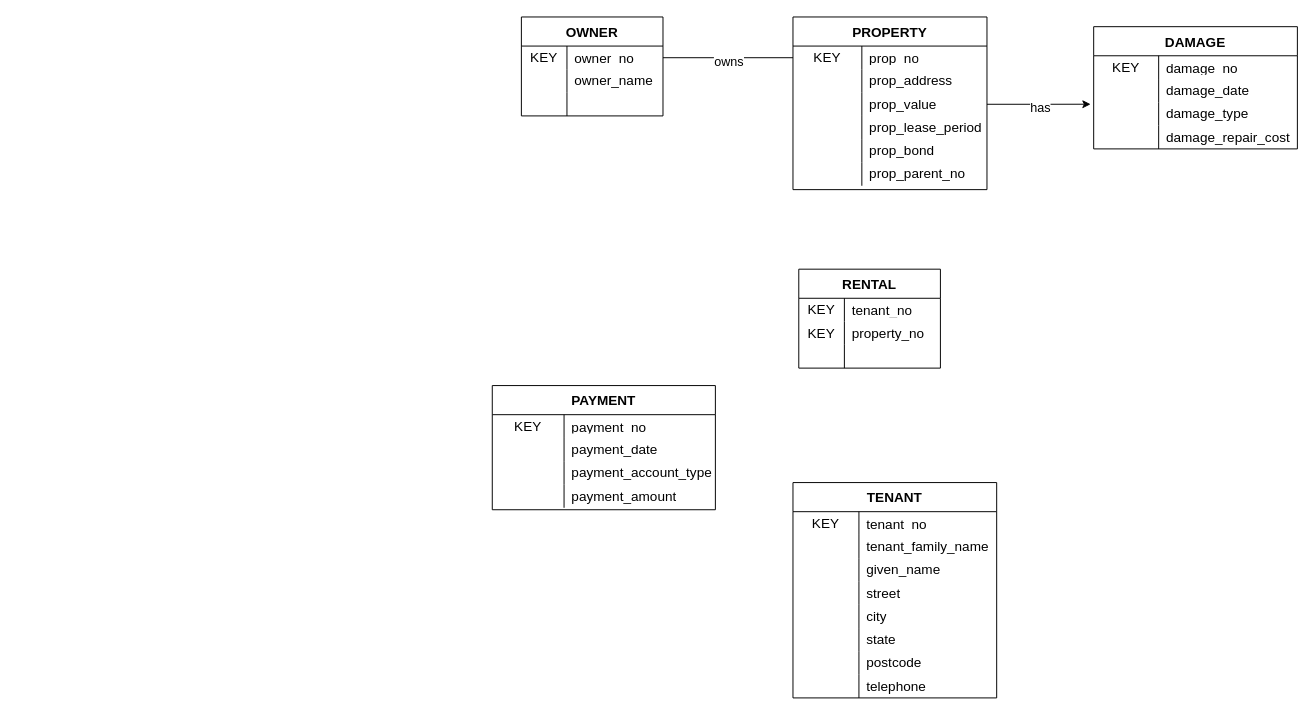
Before: Applied/App02/prs_conceptual.drawio in riabansal27/databases-project, a draw.io diagram. Source tidied: cells renumbered, new cells numbered last; positions are measured from the earlier drawing's top-left corner, leaving out a move shared by most shapes. Both pictures are drawn from the tidied source at 97%, with x=0, y=0 at pixel (492, 16).
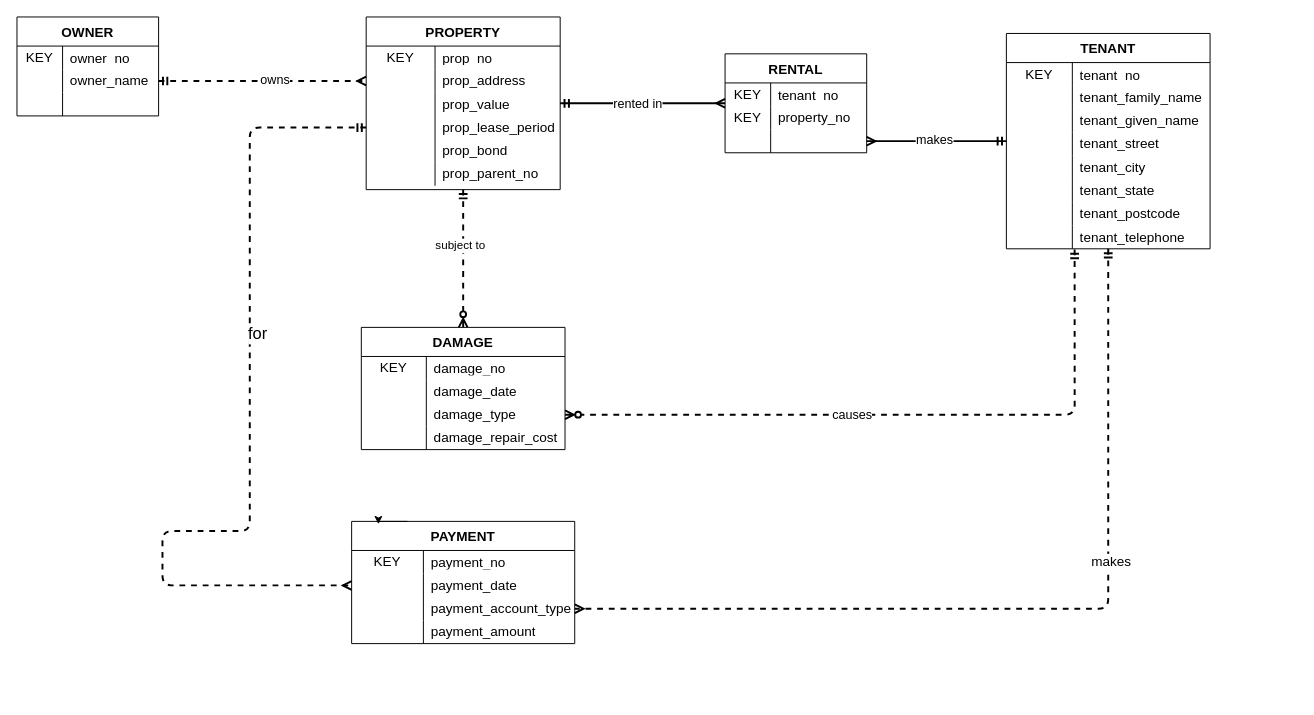
The same page after the edit.

Unchanged cells that the change refers to:
```xml
<mxCell id="3" style="shape=tableRow;horizontal=0;startSize=0;swimlaneHead=0;swimlaneBody=0;top=0;left=0;bottom=0;right=0;fillColor=none;points=[[0,0.5],[1,0.5]];portConstraint=eastwest;strokeColor=inherit;fontSize=16;" parent="2" vertex="1">
  <mxGeometry y="30" width="146" height="24" as="geometry" />
</mxCell>
<mxCell id="6" style="shape=tableRow;horizontal=0;startSize=0;swimlaneHead=0;swimlaneBody=0;top=0;left=0;bottom=0;right=0;fillColor=none;points=[[0,0.5],[1,0.5]];portConstraint=eastwest;strokeColor=inherit;fontSize=16;" parent="2" vertex="1">
  <mxGeometry y="54" width="146" height="24" as="geometry" />
</mxCell>
<mxCell id="16" style="shape=tableRow;horizontal=0;startSize=0;swimlaneHead=0;swimlaneBody=0;top=0;left=0;bottom=0;right=0;fillColor=none;points=[[0,0.5],[1,0.5]];portConstraint=eastwest;strokeColor=inherit;fontSize=16;" parent="12" vertex="1">
  <mxGeometry y="54" width="230" height="24" as="geometry" />
</mxCell>
<mxCell id="19" style="shape=tableRow;horizontal=0;startSize=0;swimlaneHead=0;swimlaneBody=0;top=0;left=0;bottom=0;right=0;fillColor=none;points=[[0,0.5],[1,0.5]];portConstraint=eastwest;strokeColor=inherit;fontSize=16;" parent="12" vertex="1">
  <mxGeometry y="78" width="230" height="24" as="geometry" />
</mxCell>
<mxCell id="26" style="shape=tableRow;horizontal=0;startSize=0;swimlaneHead=0;swimlaneBody=0;top=0;left=0;bottom=0;right=0;fillColor=none;points=[[0,0.5],[1,0.5]];portConstraint=eastwest;strokeColor=inherit;fontSize=16;" parent="25" vertex="1">
  <mxGeometry y="30" width="200" height="24" as="geometry" />
</mxCell>
<mxCell id="29" style="shape=tableRow;horizontal=0;startSize=0;swimlaneHead=0;swimlaneBody=0;top=0;left=0;bottom=0;right=0;fillColor=none;points=[[0,0.5],[1,0.5]];portConstraint=eastwest;strokeColor=inherit;fontSize=16;" parent="25" vertex="1">
  <mxGeometry y="54" width="200" height="24" as="geometry" />
</mxCell>
<mxCell id="32" style="shape=tableRow;horizontal=0;startSize=0;swimlaneHead=0;swimlaneBody=0;top=0;left=0;bottom=0;right=0;fillColor=none;points=[[0,0.5],[1,0.5]];portConstraint=eastwest;strokeColor=inherit;fontSize=16;" parent="25" vertex="1">
  <mxGeometry y="78" width="200" height="24" as="geometry" />
</mxCell>
<mxCell id="35" style="shape=tableRow;horizontal=0;startSize=0;swimlaneHead=0;swimlaneBody=0;top=0;left=0;bottom=0;right=0;fillColor=none;points=[[0,0.5],[1,0.5]];portConstraint=eastwest;strokeColor=inherit;fontSize=16;" parent="25" vertex="1">
  <mxGeometry y="102" width="200" height="24" as="geometry" />
</mxCell>
<mxCell id="51" style="shape=tableRow;horizontal=0;startSize=0;swimlaneHead=0;swimlaneBody=0;top=0;left=0;bottom=0;right=0;fillColor=none;points=[[0,0.5],[1,0.5]];portConstraint=eastwest;strokeColor=inherit;fontSize=16;" parent="44" vertex="1">
  <mxGeometry y="78" width="146" height="24" as="geometry" />
</mxCell>
<mxCell id="61" style="shape=tableRow;horizontal=0;startSize=0;swimlaneHead=0;swimlaneBody=0;top=0;left=0;bottom=0;right=0;fillColor=none;strokeColor=inherit;fontSize=16;" parent="54" vertex="1">
  <mxGeometry y="78" width="210" height="24" as="geometry" />
</mxCell>
<mxCell id="64" style="shape=tableRow;horizontal=0;startSize=0;swimlaneHead=0;swimlaneBody=0;top=0;left=0;bottom=0;right=0;fillColor=none;strokeColor=inherit;fontSize=16;" parent="54" vertex="1">
  <mxGeometry y="102" width="210" height="24" as="geometry" />
</mxCell>
<mxCell id="67" style="shape=tableRow;horizontal=0;startSize=0;swimlaneHead=0;swimlaneBody=0;top=0;left=0;bottom=0;right=0;fillColor=none;strokeColor=inherit;fontSize=16;" parent="54" vertex="1">
  <mxGeometry y="126" width="210" height="24" as="geometry" />
</mxCell>
<mxCell id="70" style="shape=tableRow;horizontal=0;startSize=0;swimlaneHead=0;swimlaneBody=0;top=0;left=0;bottom=0;right=0;fillColor=none;strokeColor=inherit;fontSize=16;" parent="54" vertex="1">
  <mxGeometry y="150" width="210" height="24" as="geometry" />
</mxCell>
<mxCell id="73" style="shape=tableRow;horizontal=0;startSize=0;swimlaneHead=0;swimlaneBody=0;top=0;left=0;bottom=0;right=0;fillColor=none;strokeColor=inherit;fontSize=16;" parent="54" vertex="1">
  <mxGeometry y="174" width="210" height="24" as="geometry" />
</mxCell>
<mxCell id="76" style="shape=tableRow;horizontal=0;startSize=0;swimlaneHead=0;swimlaneBody=0;top=0;left=0;bottom=0;right=0;fillColor=none;points=[[0,0.5],[1,0.5]];portConstraint=eastwest;strokeColor=inherit;fontSize=16;" parent="54" vertex="1">
  <mxGeometry y="198" width="210" height="24" as="geometry" />
</mxCell>
<mxCell id="86" style="shape=tableRow;horizontal=0;startSize=0;swimlaneHead=0;swimlaneBody=0;top=0;left=0;bottom=0;right=0;fillColor=none;points=[[0,0.5],[1,0.5]];portConstraint=eastwest;strokeColor=inherit;fontSize=16;" parent="79" vertex="1">
  <mxGeometry y="78" width="210" height="24" as="geometry" />
</mxCell>
```

What changed in the source:
```diff
@@
     <mxCell id="2" value="OWNER" style="shape=table;startSize=30;childLayout=tableLayout;rowLines=0;fontStyle=1;fontSize=14;strokeWidth=1;rounded=0;" parent="1" vertex="1">
-      <mxGeometry x="30" width="146" height="102" as="geometry" />
+      <mxGeometry x="-490" width="146" height="102" as="geometry" />
     </mxCell>
@@
     <mxCell id="12" value="PAYMENT" style="shape=table;startSize=30;childLayout=tableLayout;rowLines=0;fontStyle=1;fontSize=14;strokeWidth=1;rounded=0;" parent="1" vertex="1">
-      <mxGeometry y="380" width="230" height="128" as="geometry" />
+      <mxGeometry x="-145" y="520" width="230" height="126" as="geometry" />
     </mxCell>
@@
+    <mxCell id="96" style="endArrow=ERmany;endFill=0;startArrow=ERmandOne;startFill=0;dashed=0;edgeStyle=orthogonalEdgeStyle;strokeWidth=2;" parent="1" edge="1" source="25" target="44">
+      <mxGeometry relative="1" as="geometry" />
+    </mxCell>
+    <mxCell id="97" value="rented in" style="edgeLabel;html=1;align=center;verticalAlign=middle;fontSize=13;" parent="96" vertex="1">
+      <mxGeometry x="-0.07" y="1" relative="1" as="geometry" />
+    </mxCell>
+    <mxCell id="98" style="endArrow=ERzeroToMany;endFill=0;startArrow=ERmandOne;startFill=0;dashed=1;edgeStyle=orthogonalEdgeStyle;strokeWidth=2;" parent="1" edge="1" source="25" target="79">
+      <mxGeometry relative="1" as="geometry" />
+    </mxCell>
+    <mxCell id="99" value="subject to" style="edgeLabel;html=1;align=center;verticalAlign=middle;fontSize=12;" parent="98" vertex="1">
+      <mxGeometry x="-0.2" y="-4" relative="1" as="geometry" />
+    </mxCell>
     <mxCell id="25" value="PROPERTY" style="shape=table;startSize=30;childLayout=tableLayout;rowLines=0;fontStyle=1;fontSize=14;strokeWidth=1;rounded=0;" parent="1" vertex="1">
-      <mxGeometry x="310" width="200" height="178" as="geometry" />
+      <mxGeometry x="-130" width="200" height="178" as="geometry" />
     </mxCell>
@@
     <mxCell id="44" value="RENTAL" style="shape=table;startSize=30;childLayout=tableLayout;rowLines=0;fontStyle=1;fontSize=14;strokeWidth=1;rounded=0;" parent="1" vertex="1">
-      <mxGeometry x="316" y="260" width="146" height="102" as="geometry" />
+      <mxGeometry x="240" y="38" width="146" height="102" as="geometry" />
     </mxCell>
@@
     <mxCell id="54" value="TENANT" style="shape=table;startSize=30;childLayout=tableLayout;rowLines=0;fontStyle=1;fontSize=14;strokeWidth=1;rounded=0;" parent="1" vertex="1">
-      <mxGeometry x="310" y="480" width="210" height="222" as="geometry" />
+      <mxGeometry x="530" y="17" width="210" height="222" as="geometry" />
     </mxCell>
@@
-    <mxCell id="63" value="given_name" style="shape=partialRectangle;html=1;whiteSpace=wrap;fillColor=none;top=0;left=0;bottom=0;right=0;align=left;spacingLeft=6;overflow=hidden;strokeColor=inherit;fontSize=14;" parent="61" vertex="1">
+    <mxCell id="63" value="tenant_given_name" style="shape=partialRectangle;html=1;whiteSpace=wrap;fillColor=none;top=0;left=0;bottom=0;right=0;align=left;spacingLeft=6;overflow=hidden;strokeColor=inherit;fontSize=14;" parent="61" vertex="1">
       <mxGeometry x="68" width="142" height="24" as="geometry" />
     </mxCell>
@@
-    <mxCell id="66" value="street" style="shape=partialRectangle;html=1;whiteSpace=wrap;fillColor=none;top=0;left=0;bottom=0;right=0;align=left;spacingLeft=6;overflow=hidden;strokeColor=inherit;fontSize=14;" parent="64" vertex="1">
+    <mxCell id="66" value="tenant_street" style="shape=partialRectangle;html=1;whiteSpace=wrap;fillColor=none;top=0;left=0;bottom=0;right=0;align=left;spacingLeft=6;overflow=hidden;strokeColor=inherit;fontSize=14;" parent="64" vertex="1">
       <mxGeometry x="68" width="142" height="24" as="geometry" />
     </mxCell>
@@
-    <mxCell id="69" value="city" style="shape=partialRectangle;html=1;whiteSpace=wrap;fillColor=none;top=0;left=0;bottom=0;right=0;align=left;spacingLeft=6;overflow=hidden;strokeColor=inherit;fontSize=14;" parent="67" vertex="1">
+    <mxCell id="69" value="tenant_city" style="shape=partialRectangle;html=1;whiteSpace=wrap;fillColor=none;top=0;left=0;bottom=0;right=0;align=left;spacingLeft=6;overflow=hidden;strokeColor=inherit;fontSize=14;" parent="67" vertex="1">
       <mxGeometry x="68" width="142" height="24" as="geometry" />
     </mxCell>
@@
-    <mxCell id="72" value="state" style="shape=partialRectangle;html=1;whiteSpace=wrap;fillColor=none;top=0;left=0;bottom=0;right=0;align=left;spacingLeft=6;overflow=hidden;strokeColor=inherit;fontSize=14;" parent="70" vertex="1">
+    <mxCell id="72" value="tenant_state" style="shape=partialRectangle;html=1;whiteSpace=wrap;fillColor=none;top=0;left=0;bottom=0;right=0;align=left;spacingLeft=6;overflow=hidden;strokeColor=inherit;fontSize=14;" parent="70" vertex="1">
       <mxGeometry x="68" width="142" height="24" as="geometry" />
     </mxCell>
@@
-    <mxCell id="75" value="postcode" style="shape=partialRectangle;html=1;whiteSpace=wrap;fillColor=none;top=0;left=0;bottom=0;right=0;align=left;spacingLeft=6;overflow=hidden;strokeColor=inherit;fontSize=14;" parent="73" vertex="1">
+    <mxCell id="75" value="tenant_postcode" style="shape=partialRectangle;html=1;whiteSpace=wrap;fillColor=none;top=0;left=0;bottom=0;right=0;align=left;spacingLeft=6;overflow=hidden;strokeColor=inherit;fontSize=14;" parent="73" vertex="1">
       <mxGeometry x="68" width="142" height="24" as="geometry" />
     </mxCell>
@@
-    <mxCell id="78" value="telephone" style="shape=partialRectangle;html=1;whiteSpace=wrap;fillColor=none;top=0;left=0;bottom=0;right=0;align=left;spacingLeft=6;overflow=hidden;strokeColor=inherit;fontSize=14;" parent="76" vertex="1">
+    <mxCell id="78" value="tenant_telephone" style="shape=partialRectangle;html=1;whiteSpace=wrap;fillColor=none;top=0;left=0;bottom=0;right=0;align=left;spacingLeft=6;overflow=hidden;strokeColor=inherit;fontSize=14;" parent="76" vertex="1">
       <mxGeometry x="68" width="142" height="24" as="geometry" />
     </mxCell>
     <mxCell id="79" value="DAMAGE" style="shape=table;startSize=30;childLayout=tableLayout;rowLines=0;fontStyle=1;fontSize=14;strokeWidth=1;rounded=0;" parent="1" vertex="1">
-      <mxGeometry x="620" y="10" width="210" height="126" as="geometry" />
+      <mxGeometry x="-135" y="320" width="210" height="126" as="geometry" />
     </mxCell>
@@
-    <mxCell id="92" style="edgeStyle=orthogonalEdgeStyle;rounded=0;jettySize=auto;html=1;entryX=-0.015;entryY=0.081;entryDx=0;entryDy=0;entryPerimeter=0;" parent="1" edge="1" source="32" target="86">
-      <mxGeometry relative="1" as="geometry" />
-    </mxCell>
-    <mxCell id="93" value="has" style="edgeLabel;html=1;align=center;verticalAlign=middle;fontSize=13;" parent="92" vertex="1">
-      <mxGeometry x="0.03" y="-4" relative="1" as="geometry">
-        <mxPoint y="-1" as="offset" />
-      </mxGeometry>
-    </mxCell>
-    <mxCell id="94" style="edgeStyle=orthogonalEdgeStyle;rounded=0;jettySize=auto;html=1;entryX=0;entryY=0.5;entryDx=0;entryDy=0;endArrow=none;endFill=0;" parent="1" edge="1" source="3" target="26">
-      <mxGeometry relative="1" as="geometry" />
-    </mxCell>
+    <mxCell id="100" style="endArrow=ERmany;endFill=0;startArrow=ERmandOne;startFill=0;dashed=1;edgeStyle=orthogonalEdgeStyle;strokeWidth=2;" parent="1" edge="1" source="6" target="29">
+      <mxGeometry relative="1" as="geometry" />
+    </mxCell>
-    <mxCell id="95" value="&lt;font style=&quot;font-size: 13px;&quot;&gt;owns&lt;/font&gt;" style="edgeLabel;html=1;align=center;verticalAlign=middle;" parent="94" vertex="1">
-      <mxGeometry x="0.01" y="-3" relative="1" as="geometry">
-        <mxPoint x="-1" as="offset" />
+    <mxCell id="95" value="owns" style="edgeLabel;html=1;align=center;verticalAlign=middle;fontSize=13;" parent="100" vertex="1">
+      <mxGeometry x="0.1" y="2" relative="1" as="geometry">
+        <mxPoint x="1" as="offset" />
       </mxGeometry>
     </mxCell>
+    <mxCell id="101" style="endArrow=ERmany;endFill=0;startArrow=ERmandOne;startFill=0;dashed=0;edgeStyle=orthogonalEdgeStyle;strokeWidth=2;" parent="1" edge="1" source="54" target="51">
+      <mxGeometry relative="1" as="geometry" />
+    </mxCell>
+    <mxCell id="102" value="makes" style="edgeLabel;html=1;align=center;verticalAlign=middle;fontSize=13;" parent="101" vertex="1">
+      <mxGeometry x="0.06" y="-3" relative="1" as="geometry">
+        <mxPoint x="1" as="offset" />
+      </mxGeometry>
+    </mxCell>
+    <mxCell id="103" style="endArrow=ERmany;endFill=0;startArrow=ERmandOne;startFill=0;dashed=1;edgeStyle=orthogonalEdgeStyle;strokeWidth=2;" parent="1" edge="1" source="54" target="19">
+      <mxGeometry relative="1" as="geometry" />
+    </mxCell>
+    <mxCell id="104" value="makes" style="edgeLabel;html=1;align=center;verticalAlign=middle;fontSize=14;" parent="103" vertex="1">
+      <mxGeometry x="-0.3" y="2" relative="1" as="geometry" />
+    </mxCell>
+    <mxCell id="105" style="endArrow=ERzeroToMany;endFill=0;startArrow=ERmandOne;startFill=0;dashed=1;edgeStyle=orthogonalEdgeStyle;strokeWidth=2;exitX=0.335;exitY=1.028;exitDx=0;exitDy=0;exitPerimeter=0;" parent="1" edge="1" source="76" target="86">
+      <mxGeometry relative="1" as="geometry" />
+    </mxCell>
+    <mxCell id="106" value="causes" style="edgeLabel;html=1;align=center;verticalAlign=middle;fontSize=13;" parent="105" vertex="1">
+      <mxGeometry x="0.15" y="-1" relative="1" as="geometry" />
+    </mxCell>
+    <mxCell id="107" style="edgeStyle=orthogonalEdgeStyle;rounded=0;orthogonalLoop=1;jettySize=auto;html=1;exitX=0.25;exitY=0;exitDx=0;exitDy=0;entryX=0.12;entryY=0.023;entryDx=0;entryDy=0;entryPerimeter=0;" parent="1" edge="1" source="12" target="12">
+      <mxGeometry relative="1" as="geometry" />
+    </mxCell>
+    <mxCell id="108" style="endArrow=ERmany;endFill=0;startArrow=ERmandOne;startFill=0;dashed=1;edgeStyle=orthogonalEdgeStyle;strokeWidth=2;" parent="1" edge="1" source="35" target="16">
+      <mxGeometry relative="1" as="geometry">
+        <Array as="points">
+          <mxPoint x="-250" y="114" />
+          <mxPoint x="-250" y="530" />
+          <mxPoint x="-340" y="530" />
+          <mxPoint x="-340" y="586" />
+        </Array>
+      </mxGeometry>
+    </mxCell>
+    <mxCell id="109" value="for" style="edgeLabel;html=1;align=center;verticalAlign=middle;fontSize=17;" parent="108" vertex="1">
+      <mxGeometry x="-0.24" y="7" relative="1" as="geometry">
+        <mxPoint y="-1" as="offset" />
+      </mxGeometry>
+    </mxCell>
```
